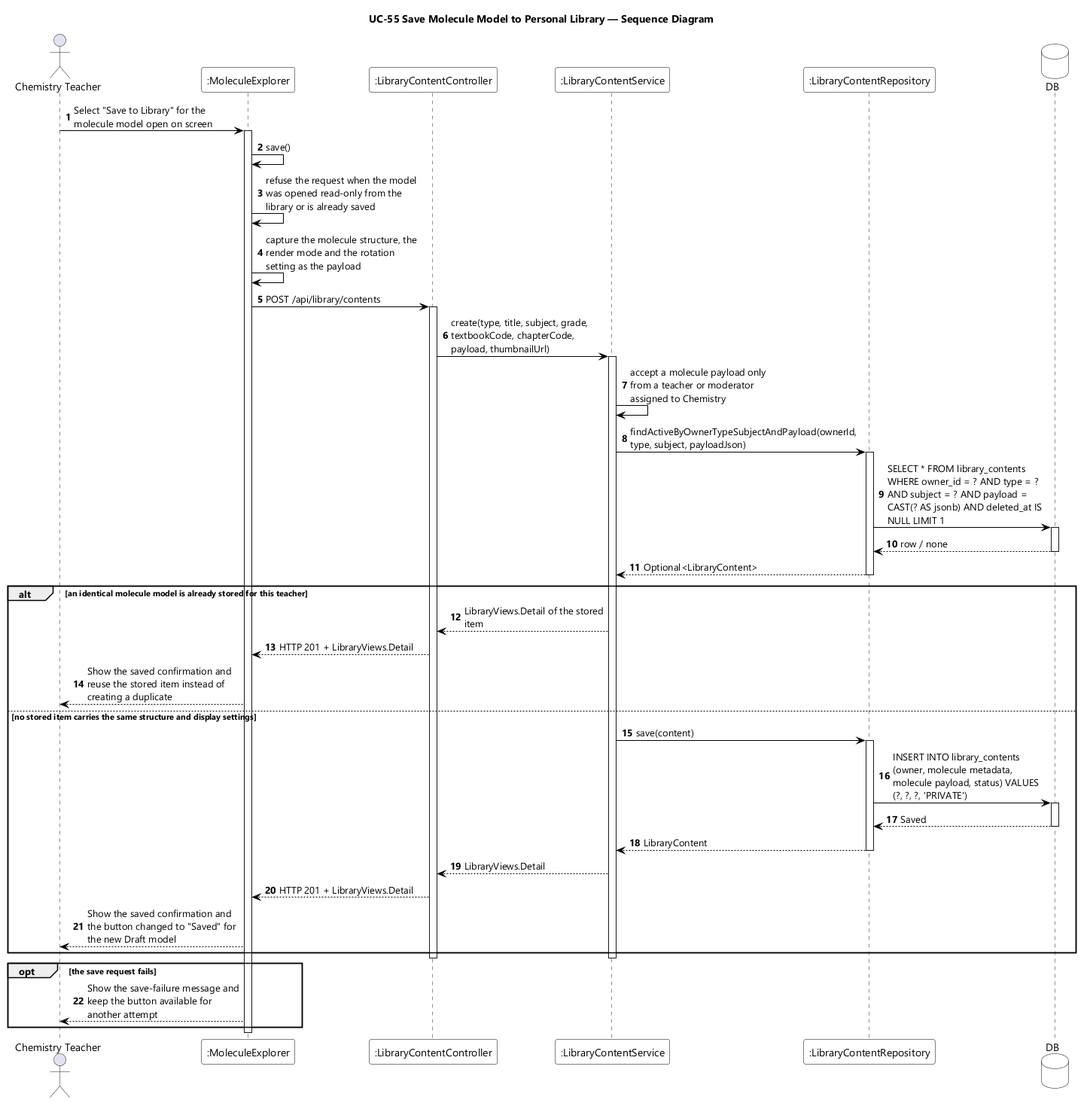
This is designs/sds-diagrams/uc55/uc55-sequence-diagram.png from EduA-system/EduA-system, a PlantUML export, as it was before one commit.
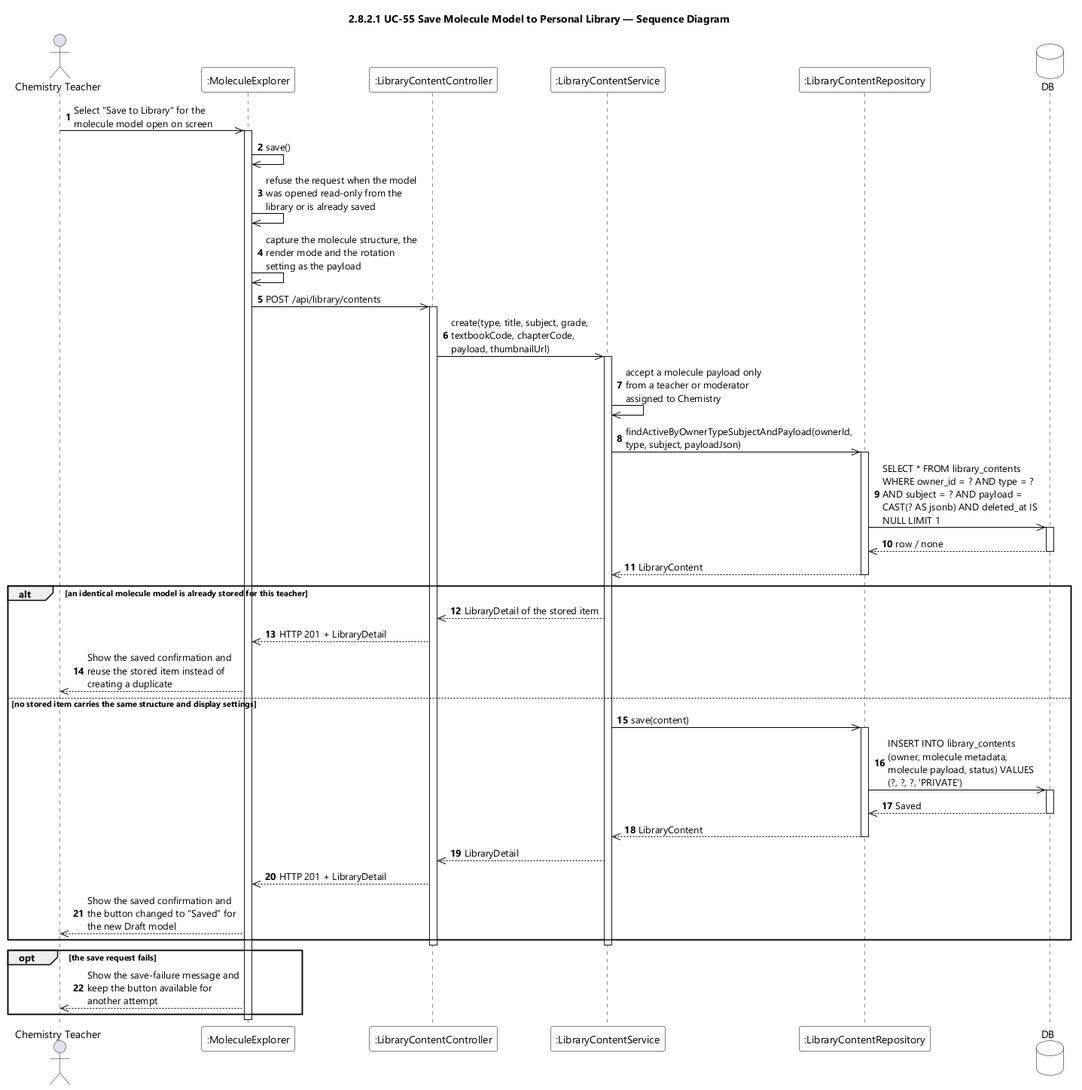
After the commit.

Change to the diagram source:
```diff
@@ -9,7 +9,7 @@
 skinparam ArrowColor #000000
 skinparam sequenceMessageAlign left
 skinparam maxMessageSize 210
-title UC-55 Save Molecule Model to Personal Library — Sequence Diagram
+title 2.8.2.1 UC-55 Save Molecule Model to Personal Library — Sequence Diagram
 
 actor "Chemistry Teacher" as Teacher
 participant ":MoleculeExplorer" as UI
@@ -19,47 +19,47 @@
 database DB
 
 autonumber
-Teacher -> UI : Select "Save to Library" for the molecule model open on screen
+Teacher ->> UI : Select "Save to Library" for the molecule model open on screen
 activate UI
-UI -> UI : save()
-UI -> UI : refuse the request when the model was opened read-only from the library or is already saved
-UI -> UI : capture the molecule structure, the render mode and the rotation setting as the payload
-UI -> CTL : POST /api/library/contents
+UI ->> UI : save()
+UI ->> UI : refuse the request when the model was opened read-only from the library or is already saved
+UI ->> UI : capture the molecule structure, the render mode and the rotation setting as the payload
+UI ->> CTL : POST /api/library/contents
 activate CTL
-CTL -> SVC : create(type, title, subject, grade, textbookCode, chapterCode, payload, thumbnailUrl)
+CTL ->> SVC : create(type, title, subject, grade, textbookCode, chapterCode, payload, thumbnailUrl)
 activate SVC
-SVC -> SVC : accept a molecule payload only from a teacher or moderator assigned to Chemistry
-SVC -> REPO : findActiveByOwnerTypeSubjectAndPayload(ownerId, type, subject, payloadJson)
+SVC ->> SVC : accept a molecule payload only from a teacher or moderator assigned to Chemistry
+SVC ->> REPO : findActiveByOwnerTypeSubjectAndPayload(ownerId, type, subject, payloadJson)
 activate REPO
-REPO -> DB : SELECT * FROM library_contents WHERE owner_id = ? AND type = ? AND subject = ? AND payload = CAST(? AS jsonb) AND deleted_at IS NULL LIMIT 1
+REPO ->> DB : SELECT * FROM library_contents WHERE owner_id = ? AND type = ? AND subject = ? AND payload = CAST(? AS jsonb) AND deleted_at IS NULL LIMIT 1
 activate DB
-DB --> REPO : row / none
+DB -->> REPO : row / none
 deactivate DB
-REPO --> SVC : Optional<LibraryContent>
+REPO -->> SVC : LibraryContent
 deactivate REPO
 
 alt an identical molecule model is already stored for this teacher
-  SVC --> CTL : LibraryViews.Detail of the stored item
-  CTL --> UI : HTTP 201 + LibraryViews.Detail
-  UI --> Teacher : Show the saved confirmation and reuse the stored item instead of creating a duplicate
+  SVC -->> CTL : LibraryDetail of the stored item
+  CTL -->> UI : HTTP 201 + LibraryDetail
+  UI -->> Teacher : Show the saved confirmation and reuse the stored item instead of creating a duplicate
 else no stored item carries the same structure and display settings
-  SVC -> REPO : save(content)
+  SVC ->> REPO : save(content)
   activate REPO
-  REPO -> DB : INSERT INTO library_contents (owner, molecule metadata, molecule payload, status) VALUES (?, ?, ?, 'PRIVATE')
+  REPO ->> DB : INSERT INTO library_contents (owner, molecule metadata, molecule payload, status) VALUES (?, ?, ?, 'PRIVATE')
   activate DB
-  DB --> REPO : Saved
+  DB -->> REPO : Saved
   deactivate DB
-  REPO --> SVC : LibraryContent
+  REPO -->> SVC : LibraryContent
   deactivate REPO
-  SVC --> CTL : LibraryViews.Detail
-  CTL --> UI : HTTP 201 + LibraryViews.Detail
-  UI --> Teacher : Show the saved confirmation and the button changed to "Saved" for the new Draft model
+  SVC -->> CTL : LibraryDetail
+  CTL -->> UI : HTTP 201 + LibraryDetail
+  UI -->> Teacher : Show the saved confirmation and the button changed to "Saved" for the new Draft model
 end
 deactivate SVC
 deactivate CTL
 
 opt the save request fails
-  UI --> Teacher : Show the save-failure message and keep the button available for another attempt
+  UI -->> Teacher : Show the save-failure message and keep the button available for another attempt
 end
 deactivate UI
 @enduml
```
